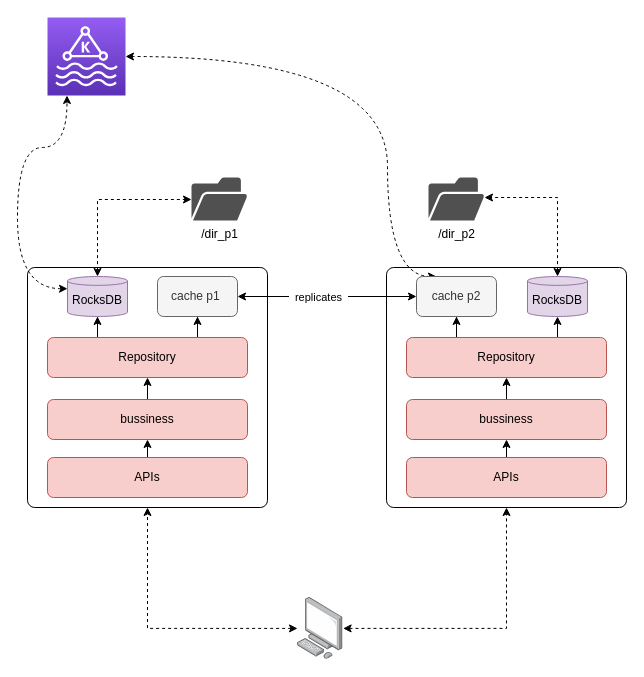
Above: page "RocksDB" (4 of 5) of Reporting.drawio in integrationfirst/omega (draw.io), before the change. Source tidied: cells renumbered, new cells numbered last; positions are measured from the earlier drawing's top-left corner, leaving out a move shared by most shapes. Both pictures are drawn from the tidied source at 100%, with x=0, y=0 at pixel (17, 17).
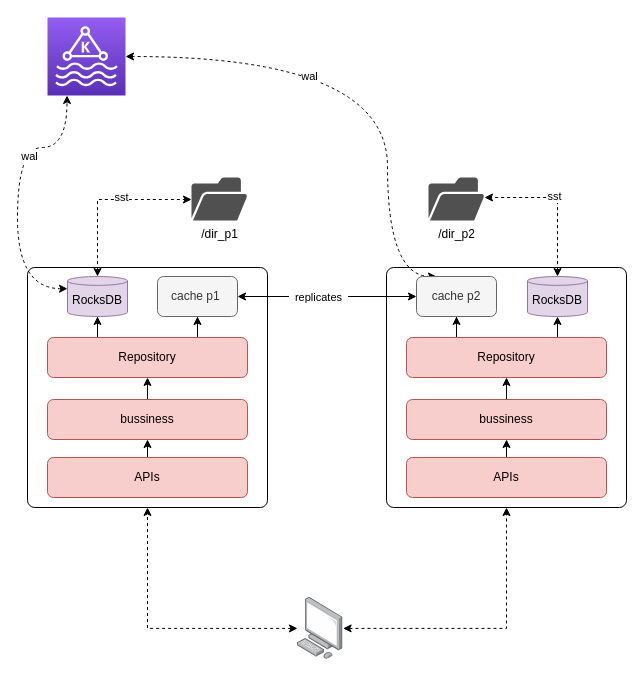
After the change.

Unchanged cells that the change refers to:
```xml
<mxCell id="11" style="edgeStyle=orthogonalEdgeStyle;rounded=0;jettySize=auto;html=1;exitX=0.5;exitY=0;exitDx=0;exitDy=0;exitPerimeter=0;dashed=1;startArrow=classic;startFill=1;" parent="1" edge="1" source="13" target="28">
  <mxGeometry relative="1" as="geometry">
    <Array as="points">
      <mxPoint x="80" y="182" />
    </Array>
  </mxGeometry>
</mxCell>
<mxCell id="12" style="edgeStyle=orthogonalEdgeStyle;curved=1;rounded=0;jettySize=auto;html=1;exitX=0;exitY=0;exitDx=0;exitDy=12.214285714285694;exitPerimeter=0;entryX=0.25;entryY=1;entryDx=0;entryDy=0;entryPerimeter=0;startArrow=classic;startFill=1;dashed=1;" parent="1" edge="1" source="13" target="33">
  <mxGeometry relative="1" as="geometry">
    <Array as="points">
      <mxPoint y="271" />
      <mxPoint y="130" />
      <mxPoint x="50" y="130" />
    </Array>
  </mxGeometry>
</mxCell>
<mxCell id="22" style="edgeStyle=orthogonalEdgeStyle;rounded=0;jettySize=auto;html=1;exitX=0.25;exitY=0;exitDx=0;exitDy=0;entryX=1;entryY=0.5;entryDx=0;entryDy=0;entryPerimeter=0;dashed=1;startArrow=classic;startFill=1;curved=1;" parent="1" edge="1" source="23" target="33">
  <mxGeometry relative="1" as="geometry">
    <Array as="points">
      <mxPoint x="370" y="259" />
      <mxPoint x="370" y="39" />
    </Array>
  </mxGeometry>
</mxCell>
<mxCell id="24" style="edgeStyle=orthogonalEdgeStyle;rounded=0;jettySize=auto;html=1;exitX=0.5;exitY=0;exitDx=0;exitDy=0;exitPerimeter=0;startArrow=classic;startFill=1;dashed=1;" parent="1" edge="1" source="25" target="29">
  <mxGeometry relative="1" as="geometry">
    <Array as="points">
      <mxPoint x="540" y="180" />
    </Array>
  </mxGeometry>
</mxCell>
```

What changed in the source:
```diff
@@
+    <mxCell id="34" value="sst" style="edgeLabel;html=1;align=center;verticalAlign=middle;" parent="11" vertex="1">
+      <mxGeometry x="0.17" y="3" relative="1" as="geometry" />
+    </mxCell>
@@
+    <mxCell id="35" value="wal" style="edgeLabel;html=1;align=center;verticalAlign=middle;" parent="12" vertex="1">
+      <mxGeometry x="0.39" y="-8" relative="1" as="geometry" />
+    </mxCell>
@@
+    <mxCell id="36" value="wal" style="edgeLabel;html=1;align=center;verticalAlign=middle;" parent="22" vertex="1">
+      <mxGeometry x="0.31" y="19" relative="1" as="geometry" />
+    </mxCell>
@@
+    <mxCell id="37" value="sst" style="edgeLabel;html=1;align=center;verticalAlign=middle;" parent="24" vertex="1">
+      <mxGeometry x="0.09" y="-2" relative="1" as="geometry" />
+    </mxCell>
```
